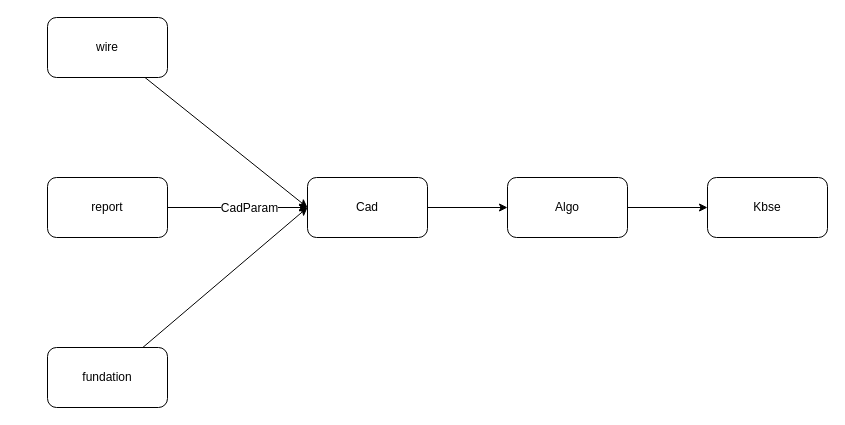
tonyleifang/tony keeps this draw.io diagram as cad.drawio. Above is the earlier version. Source tidied: cells renumbered, new cells numbered last; positions are measured from the earlier drawing's top-left corner, leaving out a move shared by most shapes. Both pictures are drawn from the tidied source at 100%, with x=0, y=0 at pixel (47, 17).
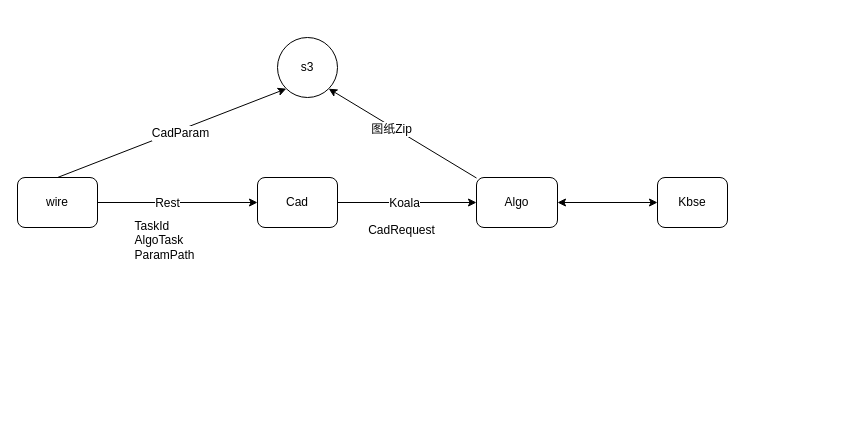
The same diagram, later.

Unchanged cells that the change refers to:
```xml
<mxCell id="2" style="rounded=0;jettySize=auto;html=1;entryX=0;entryY=0.5;entryDx=0;entryDy=0;" parent="1" edge="1" source="3" target="10">
  <mxGeometry relative="1" as="geometry" />
</mxCell>
<mxCell id="9" style="edgeStyle=none;rounded=0;jettySize=auto;html=1;" parent="1" edge="1" source="10" target="12">
  <mxGeometry relative="1" as="geometry" />
</mxCell>
```

Diff of the diagram source:
```diff
@@
+    <mxCell id="14" value="Rest&lt;br&gt;" style="text;html=1;align=center;verticalAlign=middle;labelBackgroundColor=#ffffff;" parent="2" vertex="1">
+      <mxGeometry x="-0.34" y="2" relative="1" as="geometry">
+        <mxPoint x="16" y="2" as="offset" />
+      </mxGeometry>
+    </mxCell>
+    <mxCell id="15" style="rounded=0;jettySize=auto;html=1;exitX=0.5;exitY=0;exitDx=0;exitDy=0;entryX=0;entryY=1;entryDx=0;entryDy=0;" parent="1" edge="1" source="3" target="19">
+      <mxGeometry relative="1" as="geometry" />
+    </mxCell>
+    <mxCell id="5" value="CadParam" style="text;html=1;align=center;verticalAlign=middle;labelBackgroundColor=#ffffff;" parent="15" vertex="1">
+      <mxGeometry x="0.06" y="-3" relative="1" as="geometry" />
+    </mxCell>
     <mxCell id="3" value="wire" style="rounded=1;whiteSpace=wrap;html=1;" parent="1" vertex="1">
-      <mxGeometry width="120" height="60" as="geometry" />
+      <mxGeometry x="-30" y="160" width="80" height="50" as="geometry" />
     </mxCell>
-    <mxCell id="4" style="edgeStyle=none;rounded=0;jettySize=auto;html=1;entryX=0;entryY=0.5;entryDx=0;entryDy=0;" parent="1" edge="1" source="6" target="10">
-      <mxGeometry relative="1" as="geometry" />
-    </mxCell>
-    <mxCell id="5" value="CadParam" style="text;html=1;align=center;verticalAlign=middle;labelBackgroundColor=#ffffff;" parent="4" vertex="1">
-      <mxGeometry x="-0.59" y="-1" relative="1" as="geometry">
-        <mxPoint x="52" y="-1" as="offset" />
-      </mxGeometry>
-    </mxCell>
-    <mxCell id="6" value="report&lt;br&gt;" style="rounded=1;whiteSpace=wrap;html=1;" parent="1" vertex="1">
-      <mxGeometry y="160" width="120" height="60" as="geometry" />
-    </mxCell>
-    <mxCell id="7" style="edgeStyle=none;rounded=0;jettySize=auto;html=1;entryX=0;entryY=0.5;entryDx=0;entryDy=0;" parent="1" edge="1" source="8" target="10">
-      <mxGeometry relative="1" as="geometry" />
-    </mxCell>
-    <mxCell id="8" value="fundation" style="rounded=1;whiteSpace=wrap;html=1;" parent="1" vertex="1">
-      <mxGeometry y="330" width="120" height="60" as="geometry" />
-    </mxCell>
@@
+    <mxCell id="16" value="&lt;span&gt;Koala&lt;/span&gt;" style="text;html=1;align=center;verticalAlign=middle;labelBackgroundColor=#ffffff;" parent="9" vertex="1">
+      <mxGeometry x="0.34" y="2" relative="1" as="geometry">
+        <mxPoint x="-27" y="2" as="offset" />
+      </mxGeometry>
+    </mxCell>
     <mxCell id="10" value="Cad" style="rounded=1;whiteSpace=wrap;html=1;" parent="1" vertex="1">
-      <mxGeometry x="260" y="160" width="120" height="60" as="geometry" />
+      <mxGeometry x="210" y="160" width="80" height="50" as="geometry" />
     </mxCell>
-    <mxCell id="11" style="edgeStyle=none;rounded=0;jettySize=auto;html=1;" parent="1" edge="1" source="12" target="13">
+    <mxCell id="11" style="edgeStyle=none;rounded=0;jettySize=auto;html=1;startArrow=classic;startFill=1;" parent="1" edge="1" source="12" target="13">
       <mxGeometry relative="1" as="geometry" />
     </mxCell>
+    <mxCell id="17" style="edgeStyle=none;rounded=0;jettySize=auto;html=1;entryX=1;entryY=1;entryDx=0;entryDy=0;" parent="1" edge="1" source="12" target="19">
+      <mxGeometry relative="1" as="geometry" />
+    </mxCell>
+    <mxCell id="18" value="图纸Zip&lt;br&gt;" style="text;html=1;align=center;verticalAlign=middle;labelBackgroundColor=#ffffff;" parent="17" vertex="1">
+      <mxGeometry x="0.15" y="2" relative="1" as="geometry" />
+    </mxCell>
     <mxCell id="12" value="Algo" style="rounded=1;whiteSpace=wrap;html=1;" parent="1" vertex="1">
-      <mxGeometry x="460" y="160" width="120" height="60" as="geometry" />
+      <mxGeometry x="429" y="160" width="81" height="50" as="geometry" />
     </mxCell>
     <mxCell id="13" value="Kbse" style="rounded=1;whiteSpace=wrap;html=1;" parent="1" vertex="1">
-      <mxGeometry x="660" y="160" width="120" height="60" as="geometry" />
+      <mxGeometry x="610" y="160" width="70" height="50" as="geometry" />
     </mxCell>
+    <mxCell id="19" value="s3" style="ellipse;whiteSpace=wrap;html=1;" parent="1" vertex="1">
+      <mxGeometry x="230" y="20" width="60" height="60" as="geometry" />
+    </mxCell>
+    <mxCell id="20" value="&lt;div style=&quot;text-align: left&quot;&gt;&lt;span&gt;TaskId&lt;/span&gt;&lt;/div&gt;&lt;div style=&quot;text-align: left&quot;&gt;&lt;span&gt;AlgoTask&lt;/span&gt;&lt;/div&gt;&lt;div style=&quot;text-align: left&quot;&gt;&lt;span&gt;ParamPath&lt;/span&gt;&lt;/div&gt;" style="text;html=1;align=center;verticalAlign=middle;labelBackgroundColor=#ffffff;" parent="1" vertex="1">
+      <mxGeometry x="100" y="220" as="geometry">
+        <mxPoint x="16" y="2" as="offset" />
+      </mxGeometry>
+    </mxCell>
+    <mxCell id="21" value="&lt;span&gt;CadRequest&lt;/span&gt;" style="text;html=1;align=center;verticalAlign=middle;labelBackgroundColor=#ffffff;" parent="1" vertex="1">
+      <mxGeometry x="380" y="210" as="geometry">
+        <mxPoint x="-27" y="2" as="offset" />
+      </mxGeometry>
+    </mxCell>
```
